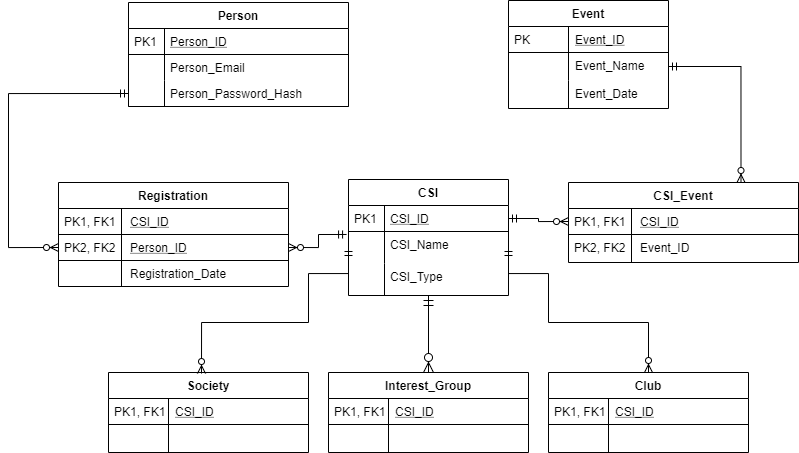
Before: Untitled Diagram.png, a diagram exported from draw.io (Makizoro/Overclock). Source tidied: cells renumbered, new cells last; positions are measured from the earlier drawing's top-left corner, leaving out a move shared by most shapes.
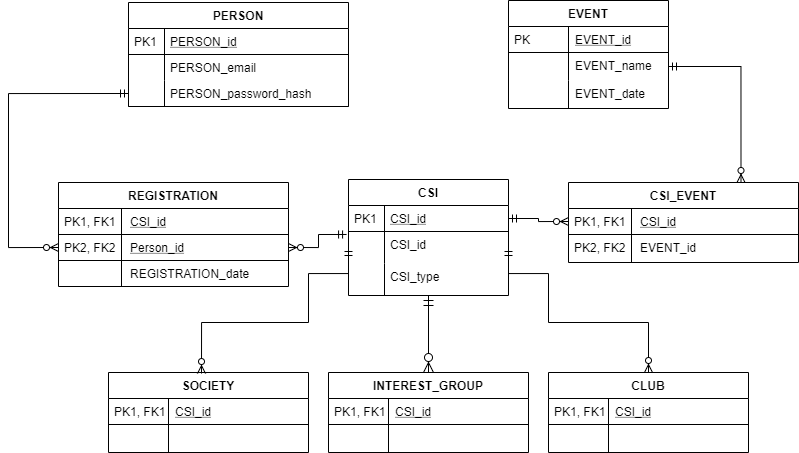
Above is the later version.

Commit message:
updated possible_ERD_diagram

Diff of the diagram source:
```diff
@@ -2,22 +2,22 @@
   <root>
     <mxCell id="0" />
     <mxCell id="1" parent="0" />
-    <mxCell id="2" value="Person" style="swimlane;fontStyle=1;horizontal=1;startSize=26;rounded=0;shadow=0;strokeWidth=1;" parent="1" vertex="1">
+    <mxCell id="2" value="PERSON" style="swimlane;fontStyle=1;horizontal=1;startSize=26;rounded=0;shadow=0;strokeWidth=1;" parent="1" vertex="1">
       <mxGeometry x="120" y="2" width="220" height="104" as="geometry" />
     </mxCell>
-    <mxCell id="3" value="Person_ID" style="shape=partialRectangle;top=0;left=0;right=0;bottom=1;align=left;verticalAlign=top;fillColor=none;spacingLeft=40;spacingRight=4;overflow=hidden;rounded=0;shadow=0;strokeWidth=1;fontStyle=4;" parent="2" vertex="1">
+    <mxCell id="3" value="PERSON_id" style="shape=partialRectangle;top=0;left=0;right=0;bottom=1;align=left;verticalAlign=top;fillColor=none;spacingLeft=40;spacingRight=4;overflow=hidden;rounded=0;shadow=0;strokeWidth=1;fontStyle=4;" parent="2" vertex="1">
       <mxGeometry y="26" width="220" height="26" as="geometry" />
     </mxCell>
     <mxCell id="4" value="PK1" style="shape=partialRectangle;top=0;left=0;bottom=0;fillColor=none;align=left;verticalAlign=top;spacingLeft=4;spacingRight=4;overflow=hidden;" parent="3" vertex="1">
       <mxGeometry width="36" height="26" as="geometry" />
     </mxCell>
-    <mxCell id="5" value="Person_Email" style="shape=partialRectangle;top=0;left=0;right=0;bottom=0;align=left;verticalAlign=top;fillColor=none;spacingLeft=40;spacingRight=4;overflow=hidden;rounded=0;shadow=0;strokeWidth=1;" parent="2" vertex="1">
+    <mxCell id="5" value="PERSON_email" style="shape=partialRectangle;top=0;left=0;right=0;bottom=0;align=left;verticalAlign=top;fillColor=none;spacingLeft=40;spacingRight=4;overflow=hidden;rounded=0;shadow=0;strokeWidth=1;" parent="2" vertex="1">
       <mxGeometry y="52" width="220" height="26" as="geometry" />
     </mxCell>
     <mxCell id="6" style="shape=partialRectangle;top=0;left=0;bottom=0;fillColor=none;align=left;verticalAlign=top;spacingLeft=4;spacingRight=4;overflow=hidden;" parent="5" vertex="1">
       <mxGeometry width="36" height="26" as="geometry" />
     </mxCell>
-    <mxCell id="7" value="Person_Password_Hash" style="shape=partialRectangle;top=0;left=0;right=0;bottom=1;align=left;verticalAlign=top;fillColor=none;spacingLeft=40;spacingRight=4;overflow=hidden;points=[[0,0.5],[1,0.5]];portConstraint=eastwest;rounded=0;shadow=0;strokeWidth=1;fontStyle=0;" parent="2" vertex="1">
+    <mxCell id="7" value="PERSON_password_hash" style="shape=partialRectangle;top=0;left=0;right=0;bottom=1;align=left;verticalAlign=top;fillColor=none;spacingLeft=40;spacingRight=4;overflow=hidden;points=[[0,0.5],[1,0.5]];portConstraint=eastwest;rounded=0;shadow=0;strokeWidth=1;fontStyle=0;" parent="2" vertex="1">
       <mxGeometry y="78" width="220" height="26" as="geometry" />
     </mxCell>
     <mxCell id="8" style="shape=partialRectangle;top=0;left=0;bottom=0;fillColor=none;align=left;verticalAlign=top;spacingLeft=4;spacingRight=4;overflow=hidden;" parent="7" vertex="1">
@@ -26,28 +26,28 @@
     <mxCell id="9" value="CSI" style="swimlane;fontStyle=1;horizontal=1;startSize=26;rounded=0;shadow=0;strokeWidth=1;" parent="1" vertex="1">
       <mxGeometry x="340" y="179" width="160" height="116" as="geometry" />
     </mxCell>
-    <mxCell id="10" value="CSI_ID" style="shape=partialRectangle;top=0;left=0;right=0;bottom=1;align=left;verticalAlign=top;fillColor=none;spacingLeft=40;spacingRight=4;overflow=hidden;points=[[0,0.5],[1,0.5]];portConstraint=eastwest;rounded=0;shadow=0;strokeWidth=1;fontStyle=4;" parent="9" vertex="1">
+    <mxCell id="10" value="CSI_id" style="shape=partialRectangle;top=0;left=0;right=0;bottom=1;align=left;verticalAlign=top;fillColor=none;spacingLeft=40;spacingRight=4;overflow=hidden;points=[[0,0.5],[1,0.5]];portConstraint=eastwest;rounded=0;shadow=0;strokeWidth=1;fontStyle=4;" parent="9" vertex="1">
       <mxGeometry y="26" width="160" height="26" as="geometry" />
     </mxCell>
     <mxCell id="11" value="PK1" style="shape=partialRectangle;top=0;left=0;bottom=0;fillColor=none;align=left;verticalAlign=top;spacingLeft=4;spacingRight=4;overflow=hidden;" parent="10" vertex="1">
       <mxGeometry width="36" height="26" as="geometry" />
     </mxCell>
-    <mxCell id="12" value="CSI_Name" style="shape=partialRectangle;top=0;left=0;right=0;bottom=0;align=left;verticalAlign=top;fillColor=none;spacingLeft=40;spacingRight=4;overflow=hidden;points=[[0,0.5],[1,0.5]];portConstraint=eastwest;rounded=0;shadow=0;strokeWidth=1;" parent="9" vertex="1">
+    <mxCell id="12" value="CSI_id" style="shape=partialRectangle;top=0;left=0;right=0;bottom=0;align=left;verticalAlign=top;fillColor=none;spacingLeft=40;spacingRight=4;overflow=hidden;points=[[0,0.5],[1,0.5]];portConstraint=eastwest;rounded=0;shadow=0;strokeWidth=1;" parent="9" vertex="1">
       <mxGeometry y="52" width="160" height="32" as="geometry" />
     </mxCell>
     <mxCell id="13" style="shape=partialRectangle;top=0;left=0;bottom=0;fillColor=none;align=left;verticalAlign=top;spacingLeft=4;spacingRight=4;overflow=hidden;" parent="12" vertex="1">
       <mxGeometry width="36" height="32" as="geometry" />
     </mxCell>
-    <mxCell id="14" value="CSI_Type" style="shape=partialRectangle;top=0;left=0;right=0;bottom=0;align=left;verticalAlign=top;fillColor=none;spacingLeft=40;spacingRight=4;overflow=hidden;rounded=0;shadow=0;strokeWidth=1;" parent="9" vertex="1">
+    <mxCell id="14" value="CSI_type" style="shape=partialRectangle;top=0;left=0;right=0;bottom=0;align=left;verticalAlign=top;fillColor=none;spacingLeft=40;spacingRight=4;overflow=hidden;rounded=0;shadow=0;strokeWidth=1;" parent="9" vertex="1">
       <mxGeometry y="84" width="160" height="32" as="geometry" />
     </mxCell>
     <mxCell id="15" style="shape=partialRectangle;top=0;left=0;bottom=0;fillColor=none;align=left;verticalAlign=top;spacingLeft=4;spacingRight=4;overflow=hidden;" parent="14" vertex="1">
       <mxGeometry width="36" height="32" as="geometry" />
     </mxCell>
-    <mxCell id="16" value="Interest_Group" style="swimlane;fontStyle=1;horizontal=1;startSize=26;rounded=0;shadow=0;strokeWidth=1;" parent="1" vertex="1">
+    <mxCell id="16" value="INTEREST_GROUP" style="swimlane;fontStyle=1;horizontal=1;startSize=26;rounded=0;shadow=0;strokeWidth=1;" parent="1" vertex="1">
       <mxGeometry x="320" y="372" width="200" height="80" as="geometry" />
     </mxCell>
-    <mxCell id="17" value="CSI_ID" style="shape=partialRectangle;top=0;left=0;right=0;bottom=1;align=left;verticalAlign=top;fillColor=none;spacingLeft=65;spacingRight=4;overflow=hidden;rounded=0;shadow=0;strokeWidth=1;fontStyle=4;" parent="16" vertex="1">
+    <mxCell id="17" value="CSI_id" style="shape=partialRectangle;top=0;left=0;right=0;bottom=1;align=left;verticalAlign=top;fillColor=none;spacingLeft=65;spacingRight=4;overflow=hidden;rounded=0;shadow=0;strokeWidth=1;fontStyle=4;" parent="16" vertex="1">
       <mxGeometry y="26" width="200" height="26" as="geometry" />
     </mxCell>
     <mxCell id="18" value="PK1, FK1" style="shape=partialRectangle;top=0;left=0;bottom=0;fillColor=none;align=left;verticalAlign=top;spacingLeft=4;spacingRight=4;overflow=hidden;" parent="17" vertex="1">
@@ -62,22 +62,22 @@
     <mxCell id="21" style="edgeStyle=orthogonalEdgeStyle;endArrow=ERzeroToMany;startArrow=ERmandOne;shadow=0;strokeWidth=1;endSize=8;startSize=8;endFill=1;startFill=0;" parent="1" edge="1" source="9" target="16">
       <mxGeometry relative="1" as="geometry" />
     </mxCell>
-    <mxCell id="22" value="Registration" style="swimlane;fontStyle=1;horizontal=1;startSize=26;rounded=0;shadow=0;strokeWidth=1;" parent="1" vertex="1">
+    <mxCell id="22" value="REGISTRATION" style="swimlane;fontStyle=1;horizontal=1;startSize=26;rounded=0;shadow=0;strokeWidth=1;" parent="1" vertex="1">
       <mxGeometry x="50" y="182" width="230" height="104" as="geometry" />
     </mxCell>
-    <mxCell id="23" value="CSI_ID" style="shape=partialRectangle;top=0;left=0;right=0;bottom=1;align=left;verticalAlign=top;fillColor=none;spacingLeft=70;spacingRight=4;overflow=hidden;rounded=0;shadow=0;strokeWidth=1;fontStyle=4;" parent="22" vertex="1">
+    <mxCell id="23" value="CSI_id" style="shape=partialRectangle;top=0;left=0;right=0;bottom=1;align=left;verticalAlign=top;fillColor=none;spacingLeft=70;spacingRight=4;overflow=hidden;rounded=0;shadow=0;strokeWidth=1;fontStyle=4;" parent="22" vertex="1">
       <mxGeometry y="26" width="230" height="26" as="geometry" />
     </mxCell>
     <mxCell id="24" value="PK1, FK1" style="shape=partialRectangle;top=0;left=0;bottom=0;fillColor=none;align=left;verticalAlign=top;spacingLeft=4;spacingRight=4;overflow=hidden;" parent="23" vertex="1">
       <mxGeometry width="63" height="26" as="geometry" />
     </mxCell>
-    <mxCell id="25" value="Person_ID" style="shape=partialRectangle;top=0;left=0;right=0;bottom=1;align=left;verticalAlign=top;fillColor=none;spacingLeft=70;spacingRight=4;overflow=hidden;points=[[0,0.5],[1,0.5]];portConstraint=eastwest;rounded=0;shadow=0;strokeWidth=1;fontStyle=4;" parent="22" vertex="1">
+    <mxCell id="25" value="Person_id" style="shape=partialRectangle;top=0;left=0;right=0;bottom=1;align=left;verticalAlign=top;fillColor=none;spacingLeft=70;spacingRight=4;overflow=hidden;points=[[0,0.5],[1,0.5]];portConstraint=eastwest;rounded=0;shadow=0;strokeWidth=1;fontStyle=4;" parent="22" vertex="1">
       <mxGeometry y="52" width="230" height="26" as="geometry" />
     </mxCell>
     <mxCell id="26" value="PK2, FK2" style="shape=partialRectangle;top=0;left=0;bottom=0;fillColor=none;align=left;verticalAlign=top;spacingLeft=4;spacingRight=4;overflow=hidden;" parent="25" vertex="1">
       <mxGeometry width="63" height="26" as="geometry" />
     </mxCell>
-    <mxCell id="27" value="Registration_Date" style="shape=partialRectangle;top=0;left=0;right=0;bottom=0;align=left;verticalAlign=top;fillColor=none;spacingLeft=70;spacingRight=4;overflow=hidden;rounded=0;shadow=0;strokeWidth=1;" parent="22" vertex="1">
+    <mxCell id="27" value="REGISTRATION_date" style="shape=partialRectangle;top=0;left=0;right=0;bottom=0;align=left;verticalAlign=top;fillColor=none;spacingLeft=70;spacingRight=4;overflow=hidden;rounded=0;shadow=0;strokeWidth=1;" parent="22" vertex="1">
       <mxGeometry y="78" width="230" height="26" as="geometry" />
     </mxCell>
     <mxCell id="28" style="shape=partialRectangle;top=0;left=0;bottom=0;fillColor=none;align=left;verticalAlign=top;spacingLeft=4;spacingRight=4;overflow=hidden;" parent="27" vertex="1">
@@ -86,10 +86,10 @@
     <mxCell id="29" style="edgeStyle=orthogonalEdgeStyle;rounded=0;jettySize=auto;html=1;exitX=1;exitY=0.5;exitDx=0;exitDy=0;entryX=-0.012;entryY=1.115;entryDx=0;entryDy=0;entryPerimeter=0;startArrow=ERzeroToMany;startFill=1;endArrow=ERmandOne;endFill=0;" parent="1" edge="1" source="25" target="10">
       <mxGeometry relative="1" as="geometry" />
     </mxCell>
-    <mxCell id="30" value="Society" style="swimlane;fontStyle=1;horizontal=1;startSize=26;rounded=0;shadow=0;strokeWidth=1;" parent="1" vertex="1">
+    <mxCell id="30" value="SOCIETY" style="swimlane;fontStyle=1;horizontal=1;startSize=26;rounded=0;shadow=0;strokeWidth=1;" parent="1" vertex="1">
       <mxGeometry x="100" y="372" width="200" height="80" as="geometry" />
     </mxCell>
-    <mxCell id="31" value="CSI_ID" style="shape=partialRectangle;top=0;left=0;right=0;bottom=1;align=left;verticalAlign=top;fillColor=none;spacingLeft=65;spacingRight=4;overflow=hidden;rounded=0;shadow=0;strokeWidth=1;fontStyle=4;" parent="30" vertex="1">
+    <mxCell id="31" value="CSI_id" style="shape=partialRectangle;top=0;left=0;right=0;bottom=1;align=left;verticalAlign=top;fillColor=none;spacingLeft=65;spacingRight=4;overflow=hidden;rounded=0;shadow=0;strokeWidth=1;fontStyle=4;" parent="30" vertex="1">
       <mxGeometry y="26" width="200" height="26" as="geometry" />
     </mxCell>
     <mxCell id="32" value="PK1, FK1" style="shape=partialRectangle;top=0;left=0;bottom=0;fillColor=none;align=left;verticalAlign=top;spacingLeft=4;spacingRight=4;overflow=hidden;" parent="31" vertex="1">
@@ -110,10 +110,10 @@
         </Array>
       </mxGeometry>
     </mxCell>
-    <mxCell id="36" value="Club" style="swimlane;fontStyle=1;horizontal=1;startSize=26;rounded=0;shadow=0;strokeWidth=1;" parent="1" vertex="1">
+    <mxCell id="36" value="CLUB" style="swimlane;fontStyle=1;horizontal=1;startSize=26;rounded=0;shadow=0;strokeWidth=1;" parent="1" vertex="1">
       <mxGeometry x="540" y="372" width="200" height="80" as="geometry" />
     </mxCell>
-    <mxCell id="37" value="CSI_ID" style="shape=partialRectangle;top=0;left=0;right=0;bottom=1;align=left;verticalAlign=top;fillColor=none;spacingLeft=65;spacingRight=4;overflow=hidden;rounded=0;shadow=0;strokeWidth=1;fontStyle=4;" parent="36" vertex="1">
+    <mxCell id="37" value="CSI_id" style="shape=partialRectangle;top=0;left=0;right=0;bottom=1;align=left;verticalAlign=top;fillColor=none;spacingLeft=65;spacingRight=4;overflow=hidden;rounded=0;shadow=0;strokeWidth=1;fontStyle=4;" parent="36" vertex="1">
       <mxGeometry y="26" width="200" height="26" as="geometry" />
     </mxCell>
     <mxCell id="38" value="PK1, FK1" style="shape=partialRectangle;top=0;left=0;bottom=0;fillColor=none;align=left;verticalAlign=top;spacingLeft=4;spacingRight=4;overflow=hidden;" parent="37" vertex="1">
@@ -134,22 +134,22 @@
         </Array>
       </mxGeometry>
     </mxCell>
-    <mxCell id="42" value="Event" style="swimlane;fontStyle=1;horizontal=1;startSize=26;rounded=0;shadow=0;strokeWidth=1;" parent="1" vertex="1">
+    <mxCell id="42" value="EVENT" style="swimlane;fontStyle=1;horizontal=1;startSize=26;rounded=0;shadow=0;strokeWidth=1;" parent="1" vertex="1">
       <mxGeometry x="500" width="160" height="108" as="geometry" />
     </mxCell>
-    <mxCell id="43" value="Event_ID" style="shape=partialRectangle;top=0;left=0;right=0;bottom=1;align=left;verticalAlign=top;fillColor=none;spacingLeft=65;spacingRight=4;overflow=hidden;rounded=0;shadow=0;strokeWidth=1;fontStyle=4;" parent="42" vertex="1">
+    <mxCell id="43" value="EVENT_id" style="shape=partialRectangle;top=0;left=0;right=0;bottom=1;align=left;verticalAlign=top;fillColor=none;spacingLeft=65;spacingRight=4;overflow=hidden;rounded=0;shadow=0;strokeWidth=1;fontStyle=4;" parent="42" vertex="1">
       <mxGeometry y="26" width="160" height="26" as="geometry" />
     </mxCell>
     <mxCell id="44" value="PK" style="shape=partialRectangle;top=0;left=0;bottom=0;fillColor=none;align=left;verticalAlign=top;spacingLeft=4;spacingRight=4;overflow=hidden;" parent="43" vertex="1">
       <mxGeometry width="60" height="26" as="geometry" />
     </mxCell>
-    <mxCell id="45" value="Event_Name" style="shape=partialRectangle;top=0;left=0;right=0;bottom=0;align=left;verticalAlign=top;fillColor=none;spacingLeft=65;spacingRight=4;overflow=hidden;points=[[0,0.5],[1,0.5]];portConstraint=eastwest;rounded=0;shadow=0;strokeWidth=1;" parent="42" vertex="1">
+    <mxCell id="45" value="EVENT_name" style="shape=partialRectangle;top=0;left=0;right=0;bottom=0;align=left;verticalAlign=top;fillColor=none;spacingLeft=65;spacingRight=4;overflow=hidden;points=[[0,0.5],[1,0.5]];portConstraint=eastwest;rounded=0;shadow=0;strokeWidth=1;" parent="42" vertex="1">
       <mxGeometry y="52" width="160" height="28" as="geometry" />
     </mxCell>
     <mxCell id="46" style="shape=partialRectangle;top=0;left=0;bottom=0;fillColor=none;align=left;verticalAlign=top;spacingLeft=4;spacingRight=4;overflow=hidden;" parent="45" vertex="1">
       <mxGeometry width="60" height="28" as="geometry" />
     </mxCell>
-    <mxCell id="47" value="Event_Date" style="shape=partialRectangle;top=0;left=0;right=0;bottom=0;align=left;verticalAlign=top;fillColor=none;spacingLeft=65;spacingRight=4;overflow=hidden;rounded=0;shadow=0;strokeWidth=1;" parent="42" vertex="1">
+    <mxCell id="47" value="EVENT_date" style="shape=partialRectangle;top=0;left=0;right=0;bottom=0;align=left;verticalAlign=top;fillColor=none;spacingLeft=65;spacingRight=4;overflow=hidden;rounded=0;shadow=0;strokeWidth=1;" parent="42" vertex="1">
       <mxGeometry y="80" width="160" height="28" as="geometry" />
     </mxCell>
     <mxCell id="48" style="shape=partialRectangle;top=0;left=0;bottom=0;fillColor=none;align=left;verticalAlign=top;spacingLeft=4;spacingRight=4;overflow=hidden;" parent="47" vertex="1">
@@ -166,16 +166,16 @@
     <mxCell id="50" style="edgeStyle=orthogonalEdgeStyle;rounded=0;jettySize=auto;html=1;exitX=0.75;exitY=0;exitDx=0;exitDy=0;entryX=1;entryY=0.5;entryDx=0;entryDy=0;startArrow=ERzeroToMany;startFill=1;endArrow=ERmandOne;endFill=0;" parent="1" edge="1" source="51" target="45">
       <mxGeometry relative="1" as="geometry" />
     </mxCell>
-    <mxCell id="51" value="CSI_Event" style="swimlane;fontStyle=1;horizontal=1;startSize=26;rounded=0;shadow=0;strokeWidth=1;" parent="1" vertex="1">
+    <mxCell id="51" value="CSI_EVENT" style="swimlane;fontStyle=1;horizontal=1;startSize=26;rounded=0;shadow=0;strokeWidth=1;" parent="1" vertex="1">
       <mxGeometry x="560" y="182" width="230" height="80" as="geometry" />
     </mxCell>
-    <mxCell id="52" value="CSI_ID" style="shape=partialRectangle;top=0;left=0;right=0;bottom=1;align=left;verticalAlign=top;fillColor=none;spacingLeft=70;spacingRight=4;overflow=hidden;points=[[0,0.5],[1,0.5]];portConstraint=eastwest;rounded=0;shadow=0;strokeWidth=1;fontStyle=4;" parent="51" vertex="1">
+    <mxCell id="52" value="CSI_id" style="shape=partialRectangle;top=0;left=0;right=0;bottom=1;align=left;verticalAlign=top;fillColor=none;spacingLeft=70;spacingRight=4;overflow=hidden;points=[[0,0.5],[1,0.5]];portConstraint=eastwest;rounded=0;shadow=0;strokeWidth=1;fontStyle=4;" parent="51" vertex="1">
       <mxGeometry y="26" width="230" height="26" as="geometry" />
     </mxCell>
     <mxCell id="53" value="PK1, FK1" style="shape=partialRectangle;top=0;left=0;bottom=0;fillColor=none;align=left;verticalAlign=top;spacingLeft=4;spacingRight=4;overflow=hidden;" parent="52" vertex="1">
       <mxGeometry width="63" height="26" as="geometry" />
     </mxCell>
-    <mxCell id="54" value="Event_ID" style="shape=partialRectangle;top=0;left=0;right=0;bottom=0;align=left;verticalAlign=top;fillColor=none;spacingLeft=70;spacingRight=4;overflow=hidden;rounded=0;shadow=0;strokeWidth=1;" parent="51" vertex="1">
+    <mxCell id="54" value="EVENT_id" style="shape=partialRectangle;top=0;left=0;right=0;bottom=0;align=left;verticalAlign=top;fillColor=none;spacingLeft=70;spacingRight=4;overflow=hidden;rounded=0;shadow=0;strokeWidth=1;" parent="51" vertex="1">
       <mxGeometry y="52" width="230" height="28" as="geometry" />
     </mxCell>
     <mxCell id="55" value="PK2, FK2" style="shape=partialRectangle;top=0;left=0;bottom=0;fillColor=none;align=left;verticalAlign=top;spacingLeft=4;spacingRight=4;overflow=hidden;" parent="54" vertex="1">
```
